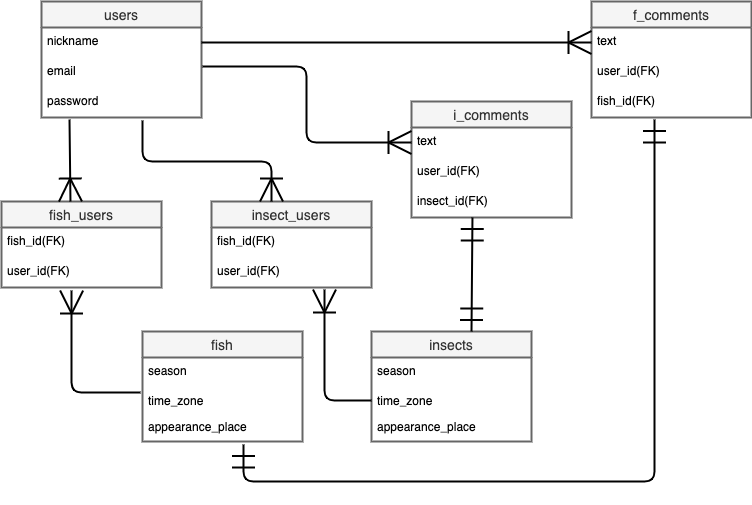
The draw.io diagram enjoy_summer.drawio.png in saya1216/enjoy-summer, before a commit. Source tidied: cells renumbered, new cells last; positions are measured from the earlier drawing's top-left corner, leaving out a move shared by most shapes.
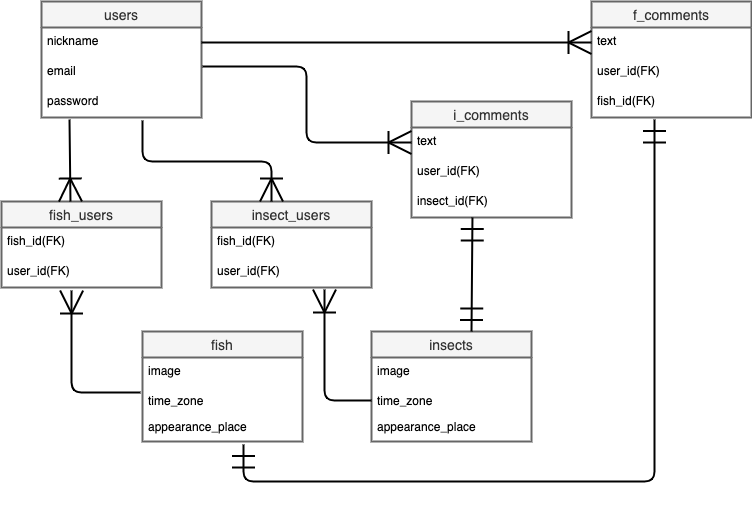
Above is the later version.

Commit message:
テーブルの季節カラムを削除。ER図、READMEの再修正

Diff of the diagram source:
```diff
@@ -29,7 +29,7 @@
     <mxCell id="10" value="fish" style="swimlane;fontStyle=0;horizontal=1;startSize=26;align=center;fontSize=14;fillColor=#f5f5f5;strokeColor=#666666;fontColor=#333333;strokeWidth=2;" parent="1" vertex="1">
       <mxGeometry x="141" y="330" width="160" height="110" as="geometry" />
     </mxCell>
-    <mxCell id="11" value="season" style="text;strokeColor=none;fillColor=none;spacingLeft=4;spacingRight=4;overflow=hidden;fontSize=12;fontColor=#000000;" parent="10" vertex="1">
+    <mxCell id="11" value="image" style="text;strokeColor=none;fillColor=none;spacingLeft=4;spacingRight=4;overflow=hidden;fontSize=12;fontColor=#000000;" parent="10" vertex="1">
       <mxGeometry y="26" width="160" height="30" as="geometry" />
     </mxCell>
     <mxCell id="12" value="time_zone" style="text;strokeColor=none;fillColor=none;spacingLeft=4;spacingRight=4;overflow=hidden;points=[[0,0.5],[1,0.5]];portConstraint=eastwest;fontSize=12;fontColor=#000000;" parent="10" vertex="1">
@@ -41,7 +41,7 @@
     <mxCell id="14" value="insects" style="swimlane;fontStyle=0;horizontal=1;startSize=26;align=center;fontSize=14;fillColor=#f5f5f5;strokeColor=#666666;fontColor=#333333;strokeWidth=2;" parent="1" vertex="1">
       <mxGeometry x="370" y="330" width="160" height="110" as="geometry" />
     </mxCell>
-    <mxCell id="15" value="season" style="text;strokeColor=none;fillColor=none;spacingLeft=4;spacingRight=4;overflow=hidden;fontSize=12;fontColor=#000000;" parent="14" vertex="1">
+    <mxCell id="15" value="image" style="text;strokeColor=none;fillColor=none;spacingLeft=4;spacingRight=4;overflow=hidden;fontSize=12;fontColor=#000000;" parent="14" vertex="1">
       <mxGeometry y="26" width="160" height="30" as="geometry" />
     </mxCell>
     <mxCell id="16" value="time_zone" style="text;strokeColor=none;fillColor=none;spacingLeft=4;spacingRight=4;overflow=hidden;points=[[0,0.5],[1,0.5]];portConstraint=eastwest;fontSize=12;fontColor=#000000;" parent="14" vertex="1">
```
